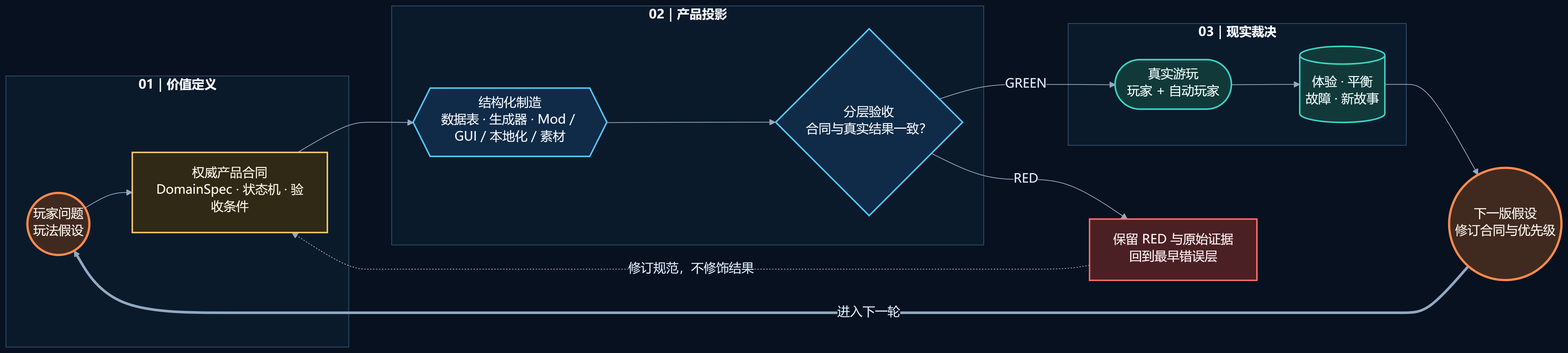
Above: docs/project-causality-architecture/rendered/02-loop-a-player-products.png in XenoAmess/ck3_eternal_recurrence (Mermaid), before the change. Its source is kept beside it as docs/project-causality-architecture/src/02-loop-a-player-products.mmd.
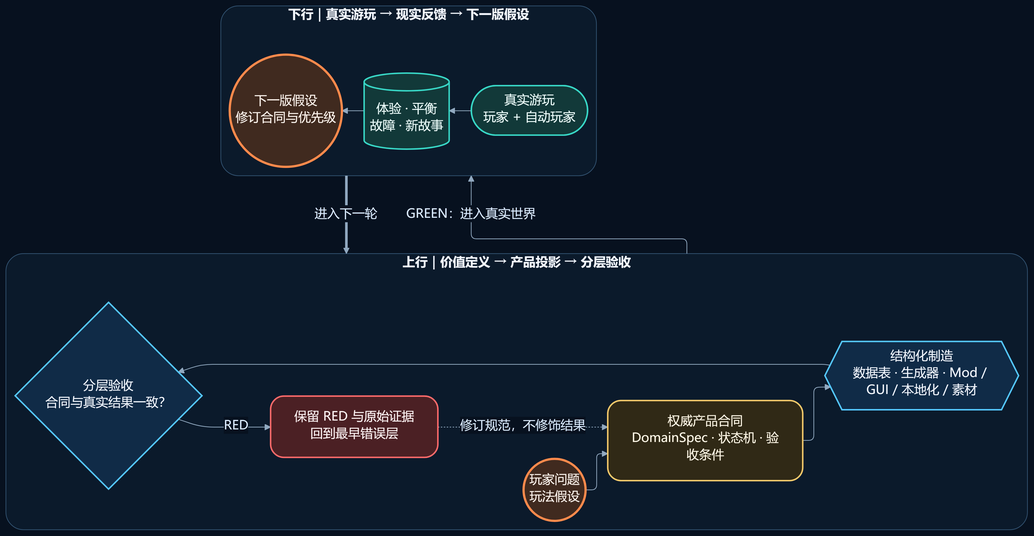
The same file after the commit.

Diff of the diagram source:
```diff
@@ -1,34 +1,26 @@
-flowchart LR
-    subgraph DEFINE["01｜价值定义"]
-      direction TB
+flowchart TB
+    subgraph FORWARD["上行｜价值定义 → 产品投影 → 分层验收"]
+      direction LR
       A1(("玩家问题<br/>玩法假设"))
       A2["权威产品合同<br/>DomainSpec · 状态机 · 验收条件"]
-      A1 --> A2
+      A3{{"结构化制造<br/>数据表 · 生成器 · Mod / GUI / 本地化 / 素材"}}
+      A4{"分层验收<br/>合同与真实结果一致？"}
+      AR["保留 RED 与原始证据<br/>回到最早错误层"]
+      A1 --> A2 --> A3 --> A4
+      A4 -- "RED" --> AR
+      AR -. "修订规范，不修饰结果" .-> A2
     end
 
-    subgraph BUILD["02｜产品投影"]
-      direction TB
-      A3{{"结构化制造<br/>数据表 · 生成器 · Mod / GUI / 本地化 / 素材"}}
-      A4{"分层验收<br/>合同与真实结果一致？"}
-      A3 --> A4
+    subgraph RETURN["下行｜真实游玩 → 现实反馈 → 下一版假设"]
+      direction RL
+      A5(["真实游玩<br/>玩家 + 自动玩家"])
+      A6[("体验 · 平衡<br/>故障 · 新故事")]
+      A7(("下一版假设<br/>修订合同与优先级"))
+      A5 --> A6 --> A7
     end
 
-    subgraph REALITY["03｜现实裁决"]
-      direction TB
-      A5(["真实游玩<br/>玩家 + 自动玩家"])
-      A6[("体验 · 平衡<br/>故障 · 新故事")]
-      A5 --> A6
-    end
-
-    A7(("下一版假设<br/>修订合同与优先级"))
-    AR["保留 RED 与原始证据<br/>回到最早错误层"]
-
-    A2 --> A3
-    A4 -- "GREEN" --> A5
-    A4 -- "RED" --> AR
-    AR -. "修订规范，不修饰结果" .-> A2
-    A6 --> A7
-    A7 == "进入下一轮" ==> A1
+    FORWARD -- "GREEN：进入真实世界" --> RETURN
+    RETURN == "进入下一轮" ==> FORWARD
 
     class A1,A7 loop;
     class A2 authority;
```
